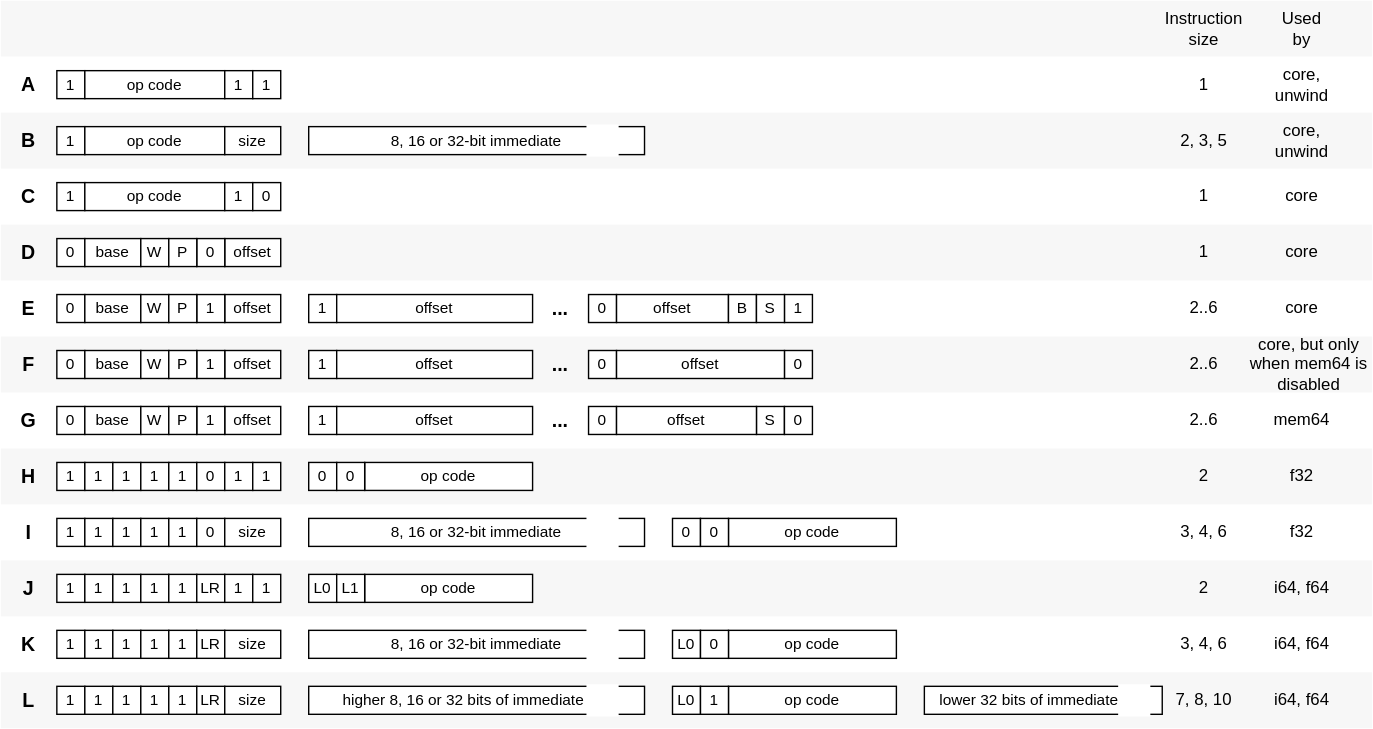
The draw.io diagram doc/trivm/Architecture/img/Encoding.drawio.svg in kildom/triwasm, before a commit. Source tidied: cells renumbered, new cells last; positions are measured from the earlier drawing's top-left corner, leaving out a move shared by most shapes.
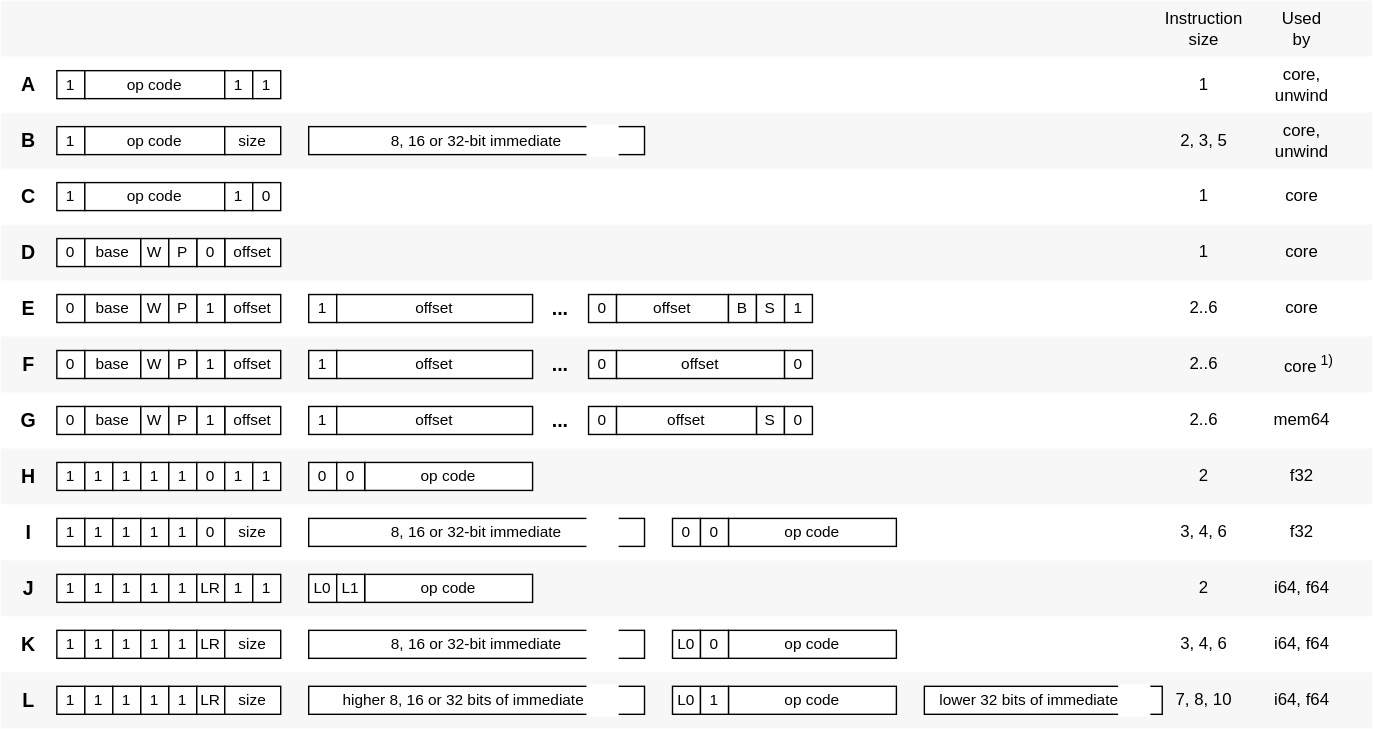
The same diagram one commit later.

What changed in the source:
```diff
@@ -494,7 +494,7 @@
     <mxCell id="165" value="core" style="text;html=1;strokeColor=none;fillColor=none;align=center;verticalAlign=middle;whiteSpace=wrap;rounded=0;fontSize=12;fontStyle=0;" parent="1" vertex="1">
       <mxGeometry x="900" y="170" width="60" height="20" as="geometry" />
     </mxCell>
-    <mxCell id="166" value="core, but only when mem64 is disabled" style="text;html=1;strokeColor=none;fillColor=none;align=center;verticalAlign=middle;whiteSpace=wrap;rounded=0;fontSize=12;fontStyle=0;" parent="1" vertex="1">
+    <mxCell id="166" value="core&lt;sup&gt; 1)&lt;/sup&gt;" style="text;html=1;strokeColor=none;fillColor=none;align=center;verticalAlign=middle;whiteSpace=wrap;rounded=0;fontSize=12;fontStyle=0;" parent="1" vertex="1">
       <mxGeometry x="890" y="240" width="90" height="40" as="geometry" />
     </mxCell>
     <mxCell id="167" value="core" style="text;html=1;strokeColor=none;fillColor=none;align=center;verticalAlign=middle;whiteSpace=wrap;rounded=0;fontSize=12;fontStyle=0;" parent="1" vertex="1">
```
